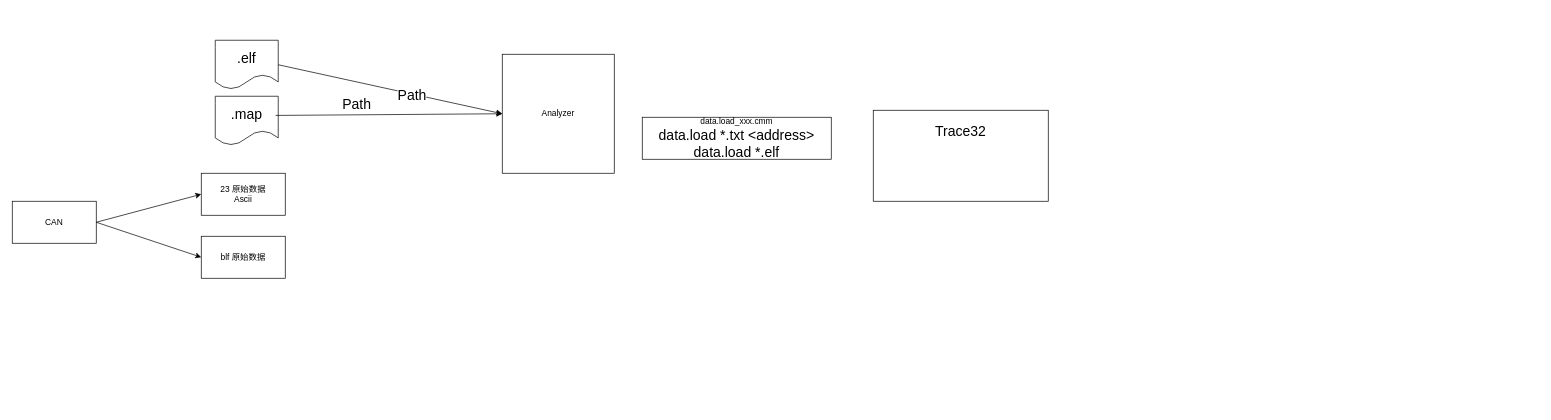
Earlier version of the draw.io diagram Analyzer/Analyzer.drawio (STURNS/Drawio). Source tidied: cells renumbered, new cells numbered last; positions are measured from the earlier drawing's top-left corner, leaving out a move shared by most shapes. Both pictures are drawn from the tidied source at 70%, with x=0, y=0 at pixel (12, 40).
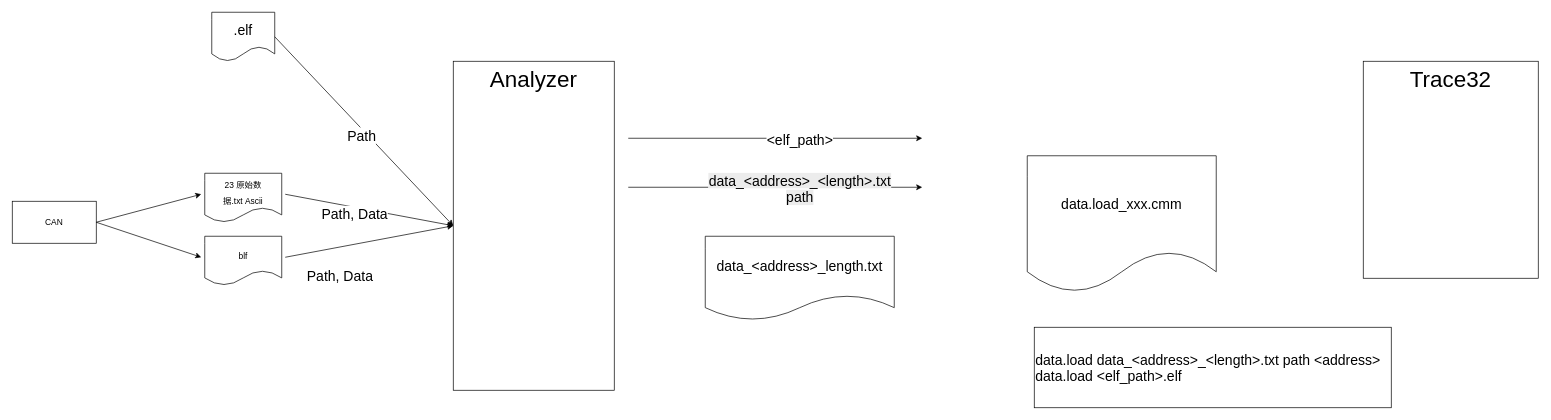
After the change.

Unchanged cells that the change refers to:
```xml
<mxCell id="2" value="CAN" style="rounded=0;whiteSpace=wrap;html=1;" parent="1" vertex="1">
  <mxGeometry y="230" width="120" height="60" as="geometry" />
</mxCell>
<mxCell id="11" style="endArrow=classic;html=1;rounded=0;entryX=0;entryY=0.5;entryDx=0;entryDy=0;exitX=1;exitY=0.5;exitDx=0;exitDy=0;" parent="1" edge="1" source="7" target="10">
  <mxGeometry relative="1" as="geometry" />
</mxCell>
```

Diff of the diagram source:
```diff
@@
-    <mxCell id="3" value="23 原始数据&lt;div&gt;Ascii&lt;/div&gt;" style="rounded=0;whiteSpace=wrap;html=1;" parent="1" vertex="1">
-      <mxGeometry x="270" y="190" width="120" height="60" as="geometry" />
-    </mxCell>
-    <mxCell id="4" value="blf 原始数据" style="rounded=0;whiteSpace=wrap;html=1;" parent="1" vertex="1">
-      <mxGeometry x="270" y="280" width="120" height="60" as="geometry" />
-    </mxCell>
-    <mxCell id="5" style="endArrow=classic;html=1;rounded=0;exitX=1;exitY=0.5;exitDx=0;exitDy=0;entryX=0;entryY=0.5;entryDx=0;entryDy=0;" parent="1" edge="1" source="2" target="4">
-      <mxGeometry relative="1" as="geometry" />
+    <mxCell id="5" style="endArrow=classic;html=1;rounded=0;exitX=1;exitY=0.5;exitDx=0;exitDy=0;entryX=0;entryY=0.5;entryDx=0;entryDy=0;" parent="1" edge="1" source="2">
+      <mxGeometry relative="1" as="geometry">
+        <mxPoint x="270" y="310" as="targetPoint" />
+      </mxGeometry>
     </mxCell>
-    <mxCell id="6" style="endArrow=classic;html=1;rounded=0;entryX=0;entryY=0.5;entryDx=0;entryDy=0;" parent="1" edge="1" target="3">
+    <mxCell id="6" style="endArrow=classic;html=1;rounded=0;entryX=0;entryY=0.5;entryDx=0;entryDy=0;" parent="1" edge="1">
       <mxGeometry relative="1" as="geometry">
         <mxPoint x="120" y="260" as="sourcePoint" />
+        <mxPoint x="270" y="220" as="targetPoint" />
       </mxGeometry>
     </mxCell>
     <mxCell id="7" value=".elf" style="shape=document;whiteSpace=wrap;html=1;boundedLbl=1;fontSize=20;" parent="1" vertex="1">
-      <mxGeometry x="290" width="90" height="70" as="geometry" />
+      <mxGeometry x="285" y="-40" width="90" height="70" as="geometry" />
     </mxCell>
-    <mxCell id="8" value=".map" style="shape=document;whiteSpace=wrap;html=1;boundedLbl=1;fontSize=20;" parent="1" vertex="1">
-      <mxGeometry x="290" y="80" width="90" height="70" as="geometry" />
-    </mxCell>
-    <mxCell id="9" value="Trace32&lt;div&gt;&lt;br&gt;&lt;/div&gt;&lt;div&gt;&lt;br&gt;&lt;/div&gt;&lt;div&gt;&lt;br&gt;&lt;/div&gt;" style="rounded=0;whiteSpace=wrap;html=1;fontSize=20;" parent="1" vertex="1">
-      <mxGeometry x="1230" y="100" width="250" height="130" as="geometry" />
+    <mxCell id="9" value="Trace32" style="rounded=0;whiteSpace=wrap;html=1;fontSize=32;verticalAlign=top;" parent="1" vertex="1">
+      <mxGeometry x="1930" y="30" width="250" height="310" as="geometry" />
     </mxCell>
-    <mxCell id="10" value="Analyzer" style="rounded=0;whiteSpace=wrap;html=1;" parent="1" vertex="1">
-      <mxGeometry x="700" y="20" width="160" height="170" as="geometry" />
+    <mxCell id="10" value="Analyzer" style="rounded=0;whiteSpace=wrap;html=1;fontSize=32;verticalAlign=top;" parent="1" vertex="1">
+      <mxGeometry x="630" y="30" width="230" height="470" as="geometry" />
     </mxCell>
@@
     <mxCell id="12" value="Path" style="edgeLabel;html=1;align=center;verticalAlign=middle;fontSize=20;" parent="11" vertex="1">
-      <mxGeometry x="0.19" y="-1" relative="1" as="geometry" />
+      <mxGeometry x="0.19" y="-1" relative="1" as="geometry">
+        <mxPoint x="-28" y="-21" as="offset" />
+      </mxGeometry>
     </mxCell>
-    <mxCell id="13" style="endArrow=classic;html=1;rounded=0;exitX=0.959;exitY=0.391;exitDx=0;exitDy=0;exitPerimeter=0;entryX=0;entryY=0.5;entryDx=0;entryDy=0;" parent="1" edge="1" source="8" target="10">
-      <mxGeometry relative="1" as="geometry" />
-    </mxCell>
-    <mxCell id="14" value="Path" style="edgeLabel;html=1;align=center;verticalAlign=middle;fontSize=20;" parent="13" vertex="1">
-      <mxGeometry x="0.19" y="-1" relative="1" as="geometry">
-        <mxPoint x="-78" y="-17" as="offset" />
-      </mxGeometry>
-    </mxCell>
-    <mxCell id="15" value="data.load_xxx.cmm&lt;div&gt;&lt;div style=&quot;font-size: 20px;&quot;&gt;data.load *.txt &amp;lt;address&amp;gt;&lt;/div&gt;&lt;div style=&quot;font-size: 20px;&quot;&gt;data.load *.elf&lt;/div&gt;&lt;/div&gt;" style="rounded=0;whiteSpace=wrap;html=1;" parent="1" vertex="1">
-      <mxGeometry x="900" y="110" width="270" height="60" as="geometry" />
+    <mxCell id="15" value="&lt;div style=&quot;&quot;&gt;&lt;span style=&quot;font-size: 20px; background-color: transparent; color: light-dark(rgb(0, 0, 0), rgb(255, 255, 255));&quot;&gt;data.load&amp;nbsp;&lt;/span&gt;&lt;span style=&quot;font-size: 20px;&quot;&gt;data_&amp;lt;address&amp;gt;_&amp;lt;length&amp;gt;.txt path&lt;/span&gt;&lt;span style=&quot;font-size: 20px; background-color: transparent; color: light-dark(rgb(0, 0, 0), rgb(255, 255, 255));&quot;&gt;&amp;nbsp;&amp;lt;address&amp;gt;&lt;/span&gt;&lt;/div&gt;&lt;div&gt;&lt;div style=&quot;&quot;&gt;&lt;font style=&quot;font-size: 20px;&quot;&gt;data.load &amp;lt;elf_path&amp;gt;.elf&lt;/font&gt;&lt;/div&gt;&lt;/div&gt;" style="rounded=0;whiteSpace=wrap;html=1;align=left;" parent="1" vertex="1">
+      <mxGeometry x="1460" y="410" width="510" height="115" as="geometry" />
     </mxCell>
+    <mxCell id="16" style="endArrow=classic;html=1;rounded=0;" parent="1" edge="1">
+      <mxGeometry relative="1" as="geometry">
+        <mxPoint x="880" y="140" as="sourcePoint" />
+        <mxPoint x="1300" y="140" as="targetPoint" />
+      </mxGeometry>
+    </mxCell>
+    <mxCell id="17" value="&lt;font style=&quot;font-size: 20px;&quot;&gt;&amp;lt;elf_path&amp;gt;&lt;/font&gt;" style="edgeLabel;html=1;align=center;verticalAlign=middle;" parent="16" vertex="1">
+      <mxGeometry x="0.21" y="-1" relative="1" as="geometry">
+        <mxPoint x="-10" as="offset" />
+      </mxGeometry>
+    </mxCell>
+    <mxCell id="18" style="endArrow=classic;html=1;rounded=0;entryX=0;entryY=0.5;entryDx=0;entryDy=0;exitX=1;exitY=0.5;exitDx=0;exitDy=0;" parent="1" edge="1" target="10">
+      <mxGeometry relative="1" as="geometry">
+        <mxPoint x="390" y="220" as="sourcePoint" />
+      </mxGeometry>
+    </mxCell>
+    <mxCell id="19" value="Path, Data" style="edgeLabel;html=1;align=center;verticalAlign=middle;fontSize=20;" parent="18" vertex="1">
+      <mxGeometry x="0.19" y="-1" relative="1" as="geometry">
+        <mxPoint x="-44" as="offset" />
+      </mxGeometry>
+    </mxCell>
+    <mxCell id="20" style="endArrow=classic;html=1;rounded=0;entryX=0;entryY=0.5;entryDx=0;entryDy=0;exitX=1;exitY=0.5;exitDx=0;exitDy=0;" parent="1" edge="1" target="10">
+      <mxGeometry relative="1" as="geometry">
+        <mxPoint x="390" y="310" as="sourcePoint" />
+      </mxGeometry>
+    </mxCell>
+    <mxCell id="21" value="Path, Data" style="edgeLabel;html=1;align=center;verticalAlign=middle;fontSize=20;" parent="20" vertex="1">
+      <mxGeometry x="0.19" y="-1" relative="1" as="geometry">
+        <mxPoint x="-65" y="51" as="offset" />
+      </mxGeometry>
+    </mxCell>
+    <mxCell id="22" style="endArrow=classic;html=1;rounded=0;" parent="1" edge="1">
+      <mxGeometry relative="1" as="geometry">
+        <mxPoint x="880" y="210" as="sourcePoint" />
+        <mxPoint x="1300" y="210" as="targetPoint" />
+      </mxGeometry>
+    </mxCell>
+    <mxCell id="23" value="&lt;span style=&quot;font-size: 20px; text-align: left; text-wrap-mode: wrap; background-color: rgb(236, 236, 236);&quot;&gt;data_&amp;lt;address&amp;gt;_&amp;lt;length&amp;gt;.txt path&lt;/span&gt;" style="edgeLabel;html=1;align=center;verticalAlign=middle;" parent="22" vertex="1">
+      <mxGeometry x="0.21" y="-1" relative="1" as="geometry">
+        <mxPoint x="-10" as="offset" />
+      </mxGeometry>
+    </mxCell>
+    <mxCell id="24" value="&lt;span style=&quot;text-align: left;&quot;&gt;data_&amp;lt;address&amp;gt;_length.txt&lt;/span&gt;" style="shape=document;whiteSpace=wrap;html=1;boundedLbl=1;fontSize=20;" parent="1" vertex="1">
+      <mxGeometry x="990" y="280" width="270" height="120" as="geometry" />
+    </mxCell>
+    <mxCell id="25" value="&lt;span style=&quot;font-size: 12px;&quot;&gt;23 原始数据.txt&amp;nbsp;&lt;/span&gt;&lt;span style=&quot;font-size: 12px; background-color: transparent; color: light-dark(rgb(0, 0, 0), rgb(255, 255, 255));&quot;&gt;Ascii&lt;/span&gt;" style="shape=document;whiteSpace=wrap;html=1;boundedLbl=1;fontSize=20;" parent="1" vertex="1">
+      <mxGeometry x="275" y="190" width="110" height="70" as="geometry" />
+    </mxCell>
+    <mxCell id="26" value="&lt;span style=&quot;font-size: 12px;&quot;&gt;blf&lt;/span&gt;" style="shape=document;whiteSpace=wrap;html=1;boundedLbl=1;fontSize=20;" parent="1" vertex="1">
+      <mxGeometry x="275" y="280" width="110" height="70" as="geometry" />
+    </mxCell>
+    <mxCell id="27" value="&lt;span style=&quot;text-align: left;&quot;&gt;data.load_xxx.cmm&lt;/span&gt;" style="shape=document;whiteSpace=wrap;html=1;boundedLbl=1;fontSize=20;" parent="1" vertex="1">
+      <mxGeometry x="1450" y="165" width="270" height="195" as="geometry" />
+    </mxCell>
```
